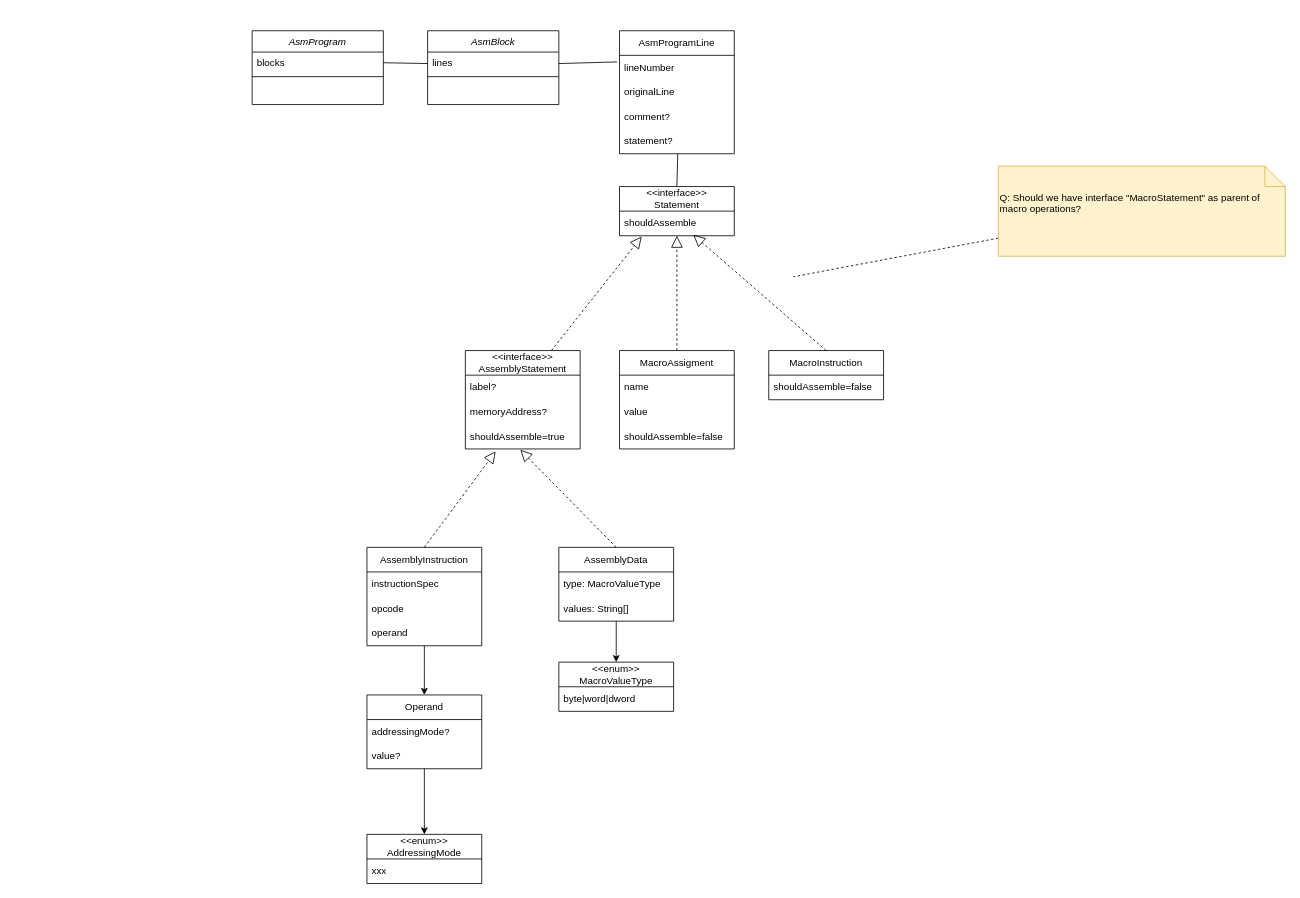
Earlier version of the draw.io diagram doc/dax64_datamodel.drawio (tevuore/dax64). Source tidied: cells renumbered, new cells numbered last; positions are measured from the earlier drawing's top-left corner, leaving out a move shared by most shapes. Both pictures are drawn from the tidied source at 82%, with x=0, y=0 at pixel (252, 30).
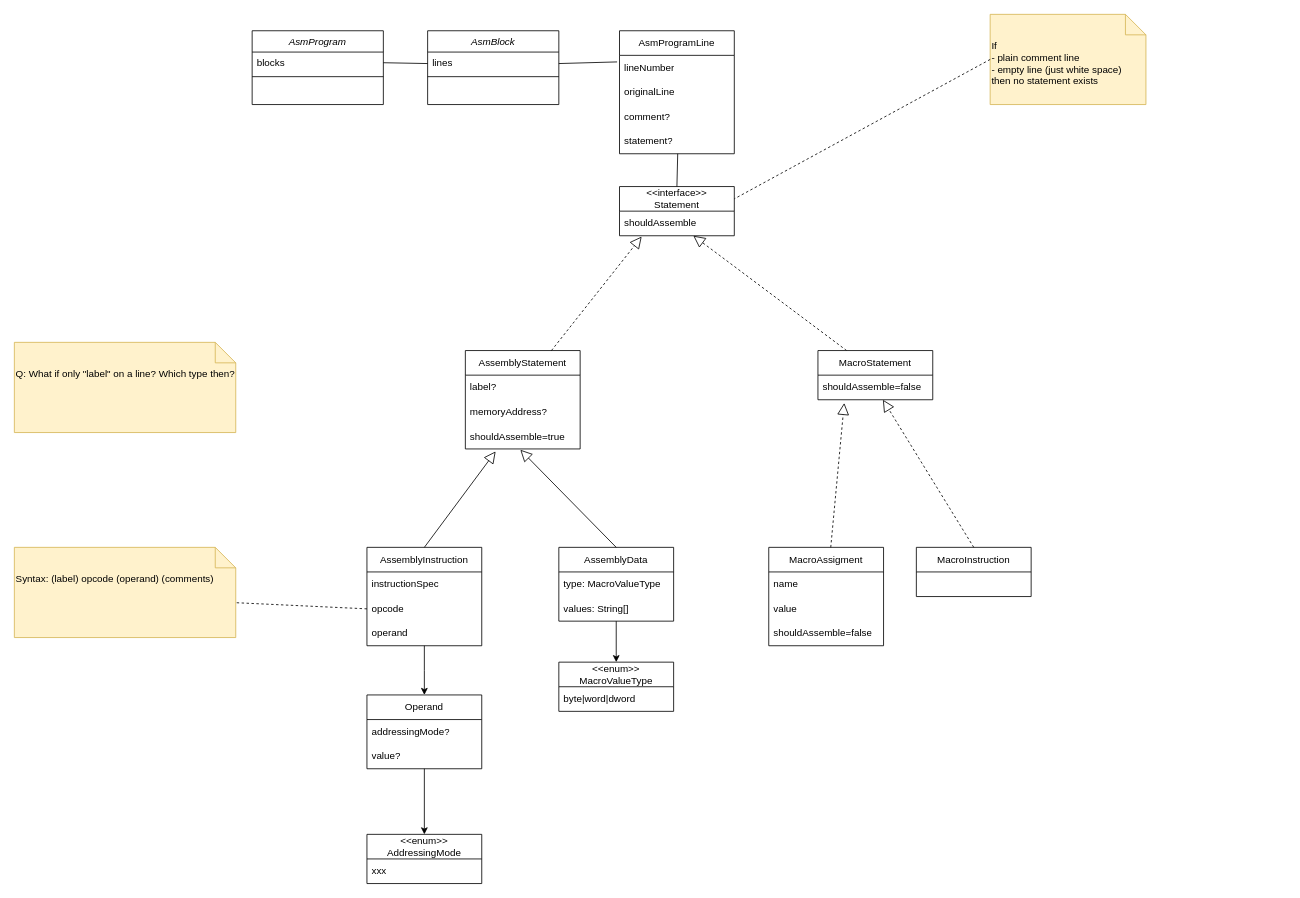
The same diagram, later.

Commit message:
Add MacroStatement to diagram

The change refers to these unchanged cells:
```xml
<mxCell id="13" value="&amp;lt;&amp;lt;interface&amp;gt;&amp;gt;&lt;br&gt;Statement" style="swimlane;fontStyle=0;horizontal=1;startSize=30;whiteSpace=wrap;html=1;" parent="1" vertex="1">
  <mxGeometry x="448" y="190" width="140" height="60" as="geometry" />
</mxCell>
<mxCell id="14" value="shouldAssemble" style="text;strokeColor=none;fillColor=none;align=left;verticalAlign=middle;spacingLeft=4;spacingRight=4;overflow=hidden;points=[[0,0.5],[1,0.5]];portConstraint=eastwest;whiteSpace=wrap;html=1;" parent="13" vertex="1">
  <mxGeometry y="30" width="140" height="30" as="geometry" />
</mxCell>
<mxCell id="21" value="shouldAssemble=true" style="text;strokeColor=none;fillColor=none;align=left;verticalAlign=middle;spacingLeft=4;spacingRight=4;overflow=hidden;points=[[0,0.5],[1,0.5]];portConstraint=eastwest;whiteSpace=wrap;html=1;" parent="18" vertex="1">
  <mxGeometry y="90" width="140" height="30" as="geometry" />
</mxCell>
<mxCell id="23" value="AssemblyInstruction" style="swimlane;fontStyle=0;horizontal=1;startSize=30;whiteSpace=wrap;html=1;" parent="1" vertex="1">
  <mxGeometry x="140" y="630" width="140" height="120" as="geometry" />
</mxCell>
<mxCell id="25" value="opcode" style="text;strokeColor=none;fillColor=none;align=left;verticalAlign=middle;spacingLeft=4;spacingRight=4;overflow=hidden;points=[[0,0.5],[1,0.5]];portConstraint=eastwest;whiteSpace=wrap;html=1;" parent="23" vertex="1">
  <mxGeometry y="60" width="140" height="30" as="geometry" />
</mxCell>
<mxCell id="30" value="AssemblyData" style="swimlane;fontStyle=0;horizontal=1;startSize=30;whiteSpace=wrap;html=1;" parent="1" vertex="1">
  <mxGeometry x="374" y="630" width="140" height="90" as="geometry" />
</mxCell>
```

Change to the diagram source:
```diff
@@
-    <mxCell id="18" value="&amp;lt;&amp;lt;interface&amp;gt;&amp;gt;&lt;br&gt;AssemblyStatement" style="swimlane;fontStyle=0;horizontal=1;startSize=30;whiteSpace=wrap;html=1;" parent="1" vertex="1">
+    <mxCell id="18" value="AssemblyStatement" style="swimlane;fontStyle=0;horizontal=1;startSize=30;whiteSpace=wrap;html=1;" parent="1" vertex="1">
       <mxGeometry x="260" y="390" width="140" height="120" as="geometry" />
     </mxCell>
@@
-    <mxCell id="28" style="endArrow=block;dashed=1;endFill=0;endSize=12;html=1;rounded=0;exitX=0.5;exitY=0;exitDx=0;exitDy=0;entryX=0.264;entryY=1.1;entryDx=0;entryDy=0;entryPerimeter=0;" parent="1" edge="1" source="23" target="21">
+    <mxCell id="28" style="endArrow=block;endFill=0;endSize=12;html=1;rounded=0;exitX=0.5;exitY=0;exitDx=0;exitDy=0;entryX=0.264;entryY=1.1;entryDx=0;entryDy=0;entryPerimeter=0;" parent="1" edge="1" source="23" target="21">
       <mxGeometry relative="1" as="geometry" />
     </mxCell>
@@
-    <mxCell id="33" style="endArrow=block;dashed=1;endFill=0;endSize=12;html=1;rounded=0;exitX=0.5;exitY=0;exitDx=0;exitDy=0;entryX=0.479;entryY=1.033;entryDx=0;entryDy=0;entryPerimeter=0;" parent="1" edge="1" source="30" target="21">
+    <mxCell id="33" style="endArrow=block;endFill=0;endSize=12;html=1;rounded=0;exitX=0.5;exitY=0;exitDx=0;exitDy=0;entryX=0.479;entryY=1.033;entryDx=0;entryDy=0;entryPerimeter=0;" parent="1" edge="1" source="30" target="21">
       <mxGeometry relative="1" as="geometry" />
     </mxCell>
     <mxCell id="34" value="MacroAssigment" style="swimlane;fontStyle=0;horizontal=1;startSize=30;whiteSpace=wrap;html=1;" parent="1" vertex="1">
-      <mxGeometry x="448" y="390" width="140" height="120" as="geometry" />
+      <mxGeometry x="630" y="630" width="140" height="120" as="geometry" />
     </mxCell>
@@
     <mxCell id="38" value="MacroInstruction" style="swimlane;fontStyle=0;horizontal=1;startSize=30;whiteSpace=wrap;html=1;" parent="1" vertex="1">
-      <mxGeometry x="630" y="390" width="140" height="60" as="geometry" />
+      <mxGeometry x="810" y="630" width="140" height="60" as="geometry" />
     </mxCell>
-    <mxCell id="39" value="shouldAssemble=false" style="text;strokeColor=none;fillColor=none;align=left;verticalAlign=middle;spacingLeft=4;spacingRight=4;overflow=hidden;points=[[0,0.5],[1,0.5]];portConstraint=eastwest;whiteSpace=wrap;html=1;" parent="38" vertex="1">
-      <mxGeometry y="30" width="140" height="30" as="geometry" />
-    </mxCell>
-    <mxCell id="40" style="endArrow=block;dashed=1;endFill=0;endSize=12;html=1;rounded=0;exitX=0.5;exitY=0;exitDx=0;exitDy=0;" parent="1" edge="1" source="34" target="14">
+    <mxCell id="40" style="endArrow=block;dashed=1;endFill=0;endSize=12;html=1;rounded=0;exitX=0.25;exitY=0;exitDx=0;exitDy=0;" parent="1" edge="1" source="57" target="14">
       <mxGeometry relative="1" as="geometry" />
     </mxCell>
-    <mxCell id="41" style="endArrow=block;dashed=1;endFill=0;endSize=12;html=1;rounded=0;entryX=0.643;entryY=0.967;entryDx=0;entryDy=0;entryPerimeter=0;exitX=0.5;exitY=0;exitDx=0;exitDy=0;" parent="1" edge="1" source="38" target="14">
+    <mxCell id="41" style="endArrow=block;dashed=1;endFill=0;endSize=12;html=1;rounded=0;exitX=0.5;exitY=0;exitDx=0;exitDy=0;" parent="1" edge="1" source="38" target="39">
       <mxGeometry relative="1" as="geometry" />
     </mxCell>
@@
-    <mxCell id="50" style="rounded=0;jettySize=auto;html=1;dashed=1;endArrow=none;endFill=0;" parent="1" edge="1" source="51">
-      <mxGeometry relative="1" as="geometry">
-        <mxPoint x="660" y="300" as="targetPoint" />
-      </mxGeometry>
-    </mxCell>
-    <mxCell id="51" value="Q: Should we have interface &quot;MacroStatement&quot; as parent of macro operations?" style="shape=note2;boundedLbl=1;whiteSpace=wrap;html=1;size=25;verticalAlign=top;align=left;fillColor=#fff2cc;strokeColor=#d6b656;" parent="1" vertex="1">
-      <mxGeometry x="910" y="165" width="350" height="110" as="geometry" />
-    </mxCell>
+    <mxCell id="52" value="Syntax:&amp;nbsp;(label) opcode (operand) (comments)" style="shape=note2;boundedLbl=1;whiteSpace=wrap;html=1;size=25;verticalAlign=top;align=left;fillColor=#fff2cc;strokeColor=#d6b656;" parent="1" vertex="1">
+      <mxGeometry x="-290" y="630" width="270" height="110" as="geometry" />
+    </mxCell>
+    <mxCell id="53" value="If&amp;nbsp;&lt;br&gt;- plain comment line&lt;br&gt;- empty line (just white space)&lt;br&gt;then no statement exists" style="shape=note2;boundedLbl=1;whiteSpace=wrap;html=1;size=25;verticalAlign=top;align=left;fillColor=#fff2cc;strokeColor=#d6b656;" parent="1" vertex="1">
+      <mxGeometry x="900" y="-20" width="190" height="110" as="geometry" />
+    </mxCell>
+    <mxCell id="54" style="rounded=0;jettySize=auto;html=1;dashed=1;endArrow=none;endFill=0;exitX=0;exitY=0.5;exitDx=0;exitDy=0;exitPerimeter=0;entryX=1;entryY=0.25;entryDx=0;entryDy=0;" parent="1" edge="1" source="53" target="13">
+      <mxGeometry relative="1" as="geometry" />
+    </mxCell>
+    <mxCell id="55" style="rounded=0;jettySize=auto;html=1;dashed=1;endArrow=none;endFill=0;exitX=0;exitY=0.5;exitDx=0;exitDy=0;entryX=0;entryY=0;entryDx=270;entryDy=67.5;entryPerimeter=0;" parent="1" edge="1" source="25" target="52">
+      <mxGeometry relative="1" as="geometry" />
+    </mxCell>
+    <mxCell id="56" value="Q: What if only &quot;label&quot; on a line? Which type then?" style="shape=note2;boundedLbl=1;whiteSpace=wrap;html=1;size=25;verticalAlign=top;align=left;fillColor=#fff2cc;strokeColor=#d6b656;" parent="1" vertex="1">
+      <mxGeometry x="-290" y="380" width="270" height="110" as="geometry" />
+    </mxCell>
+    <mxCell id="57" value="MacroStatement" style="swimlane;fontStyle=0;horizontal=1;startSize=30;whiteSpace=wrap;html=1;" parent="1" vertex="1">
+      <mxGeometry x="690" y="390" width="140" height="60" as="geometry" />
+    </mxCell>
+    <mxCell id="39" value="shouldAssemble=false" style="text;strokeColor=none;fillColor=none;align=left;verticalAlign=middle;spacingLeft=4;spacingRight=4;overflow=hidden;points=[[0,0.5],[1,0.5]];portConstraint=eastwest;whiteSpace=wrap;html=1;" parent="57" vertex="1">
+      <mxGeometry y="30" width="140" height="30" as="geometry" />
+    </mxCell>
+    <mxCell id="58" style="endArrow=block;dashed=1;endFill=0;endSize=12;html=1;rounded=0;entryX=0.229;entryY=1.133;entryDx=0;entryDy=0;entryPerimeter=0;" parent="1" edge="1" source="34" target="39">
+      <mxGeometry relative="1" as="geometry" />
+    </mxCell>
```
